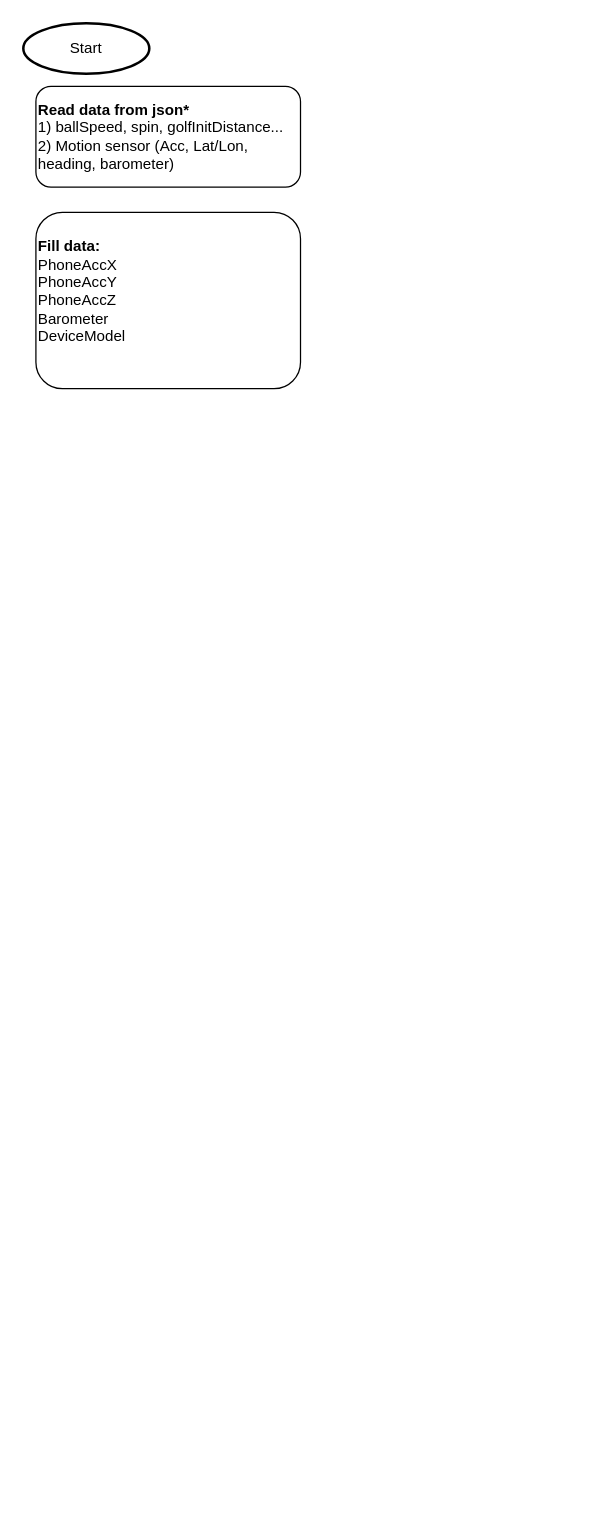
Before: GOLF.drawio in Mike335207/work, a draw.io diagram. Source tidied: cells renumbered, new cells numbered last; positions are measured from the earlier drawing's top-left corner, leaving out a move shared by most shapes. Both pictures are drawn from the tidied source at 126%, with x=0, y=0 at pixel (23, 23).
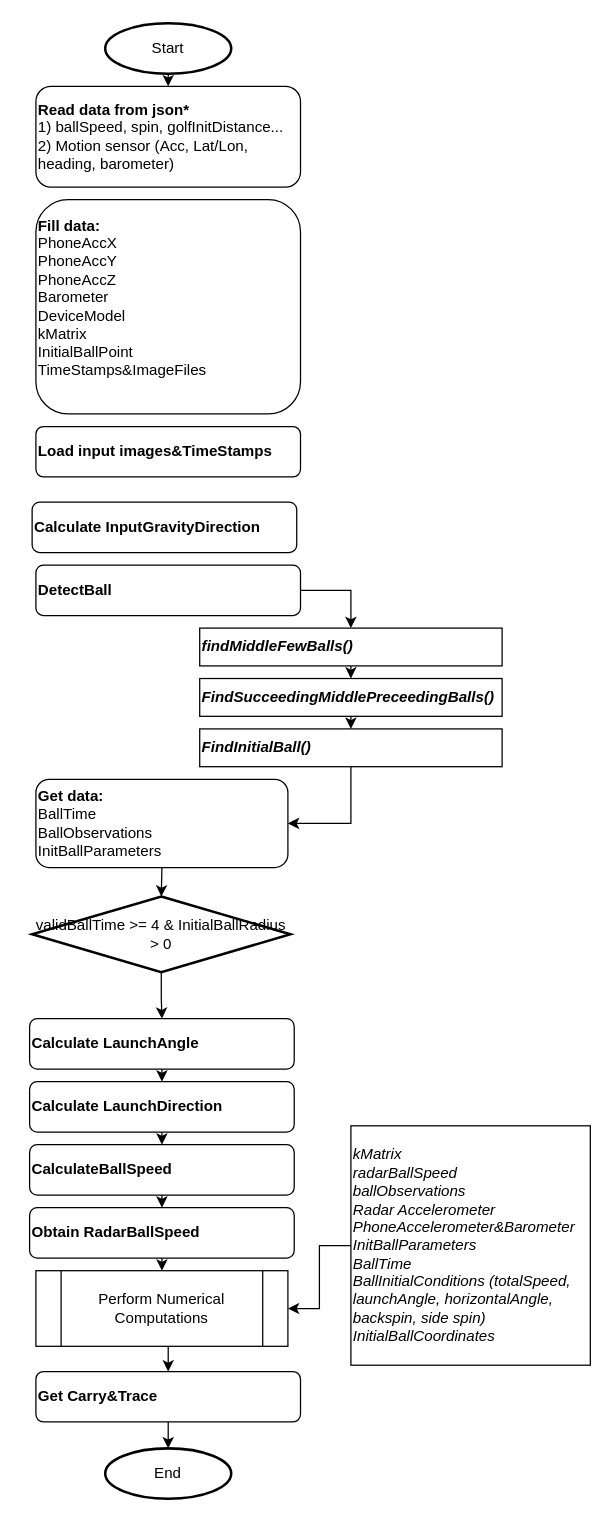
Above is the later version.

The change refers to these unchanged cells:
```xml
<mxCell id="3" value="&lt;div&gt;&lt;b&gt;Read data from json*&lt;/b&gt;&lt;/div&gt;&lt;div&gt;1) ballSpeed, spin, golfInitDistance...&lt;/div&gt;&lt;div&gt;2) Motion sensor (Acc, Lat/Lon, heading, barometer)&lt;br&gt;&lt;/div&gt;" style="rounded=1;whiteSpace=wrap;html=1;align=left;" parent="1" vertex="1">
  <mxGeometry x="10" y="50" width="210" height="80" as="geometry" />
</mxCell>
```

What changed in the source:
```diff
@@
+    <mxCell id="5" style="edgeStyle=orthogonalEdgeStyle;rounded=0;jettySize=auto;html=1;exitX=0.5;exitY=1;exitDx=0;exitDy=0;exitPerimeter=0;entryX=0.5;entryY=0;entryDx=0;entryDy=0;" parent="1" edge="1" source="2" target="3">
+      <mxGeometry relative="1" as="geometry" />
+    </mxCell>
     <mxCell id="2" value="Start" style="strokeWidth=2;html=1;shape=mxgraph.flowchart.start_1;whiteSpace=wrap;" parent="1" vertex="1">
-      <mxGeometry width="100" height="40" as="geometry" />
+      <mxGeometry x="65" width="100" height="40" as="geometry" />
     </mxCell>
@@
-    <mxCell id="4" value="&lt;div&gt;&lt;b&gt;Fill data:&lt;/b&gt;&lt;/div&gt;&lt;div&gt;PhoneAccX&lt;/div&gt;&lt;div&gt;PhoneAccY&lt;/div&gt;&lt;div&gt;PhoneAccZ&lt;/div&gt;&lt;div&gt;Barometer&lt;/div&gt;&lt;div&gt;DeviceModel&lt;/div&gt;&lt;div&gt;&lt;br&gt;&lt;/div&gt;" style="rounded=1;whiteSpace=wrap;html=1;align=left;" parent="1" vertex="1">
-      <mxGeometry x="10" y="150" width="210" height="140" as="geometry" />
+    <mxCell id="4" value="&lt;div&gt;&lt;b&gt;Fill data:&lt;/b&gt;&lt;/div&gt;&lt;div&gt;PhoneAccX&lt;/div&gt;&lt;div&gt;PhoneAccY&lt;/div&gt;&lt;div&gt;PhoneAccZ&lt;/div&gt;&lt;div&gt;Barometer&lt;/div&gt;&lt;div&gt;DeviceModel&lt;/div&gt;&lt;div&gt;kMatrix&lt;/div&gt;&lt;div&gt;InitialBallPoint&lt;/div&gt;&lt;div&gt;TimeStamps&amp;amp;ImageFiles&lt;br&gt;&lt;/div&gt;&lt;div&gt;&lt;br&gt;&lt;/div&gt;" style="rounded=1;whiteSpace=wrap;html=1;align=left;" parent="1" vertex="1">
+      <mxGeometry x="10" y="140" width="210" height="170" as="geometry" />
     </mxCell>
+    <mxCell id="6" value="Load input images&amp;amp;TimeStamps" style="rounded=1;whiteSpace=wrap;html=1;align=left;fontStyle=1;" parent="1" vertex="1">
+      <mxGeometry x="10" y="320" width="210" height="40" as="geometry" />
+    </mxCell>
+    <mxCell id="7" value="Calculate InputGravityDirection" style="rounded=1;whiteSpace=wrap;html=1;align=left;fontStyle=1;" parent="1" vertex="1">
+      <mxGeometry x="7" y="380" width="210" height="40" as="geometry" />
+    </mxCell>
+    <mxCell id="8" style="edgeStyle=orthogonalEdgeStyle;rounded=0;jettySize=auto;html=1;exitX=1;exitY=0.5;exitDx=0;exitDy=0;entryX=0.5;entryY=0;entryDx=0;entryDy=0;" parent="1" edge="1" source="9" target="11">
+      <mxGeometry relative="1" as="geometry" />
+    </mxCell>
+    <mxCell id="9" value="DetectBall" style="rounded=1;whiteSpace=wrap;html=1;align=left;fontStyle=1;" parent="1" vertex="1">
+      <mxGeometry x="10" y="430" width="210" height="40" as="geometry" />
+    </mxCell>
+    <mxCell id="10" style="edgeStyle=orthogonalEdgeStyle;rounded=0;jettySize=auto;html=1;exitX=0.5;exitY=1;exitDx=0;exitDy=0;entryX=0.5;entryY=0;entryDx=0;entryDy=0;" parent="1" edge="1" source="11" target="13">
+      <mxGeometry relative="1" as="geometry" />
+    </mxCell>
+    <mxCell id="11" value="&lt;div&gt;findMiddleFewBalls()&lt;/div&gt;" style="rounded=0;whiteSpace=wrap;html=1;align=left;fontStyle=3;" parent="1" vertex="1">
+      <mxGeometry x="140" y="480" width="240" height="30" as="geometry" />
+    </mxCell>
+    <mxCell id="12" style="edgeStyle=orthogonalEdgeStyle;rounded=0;jettySize=auto;html=1;exitX=0.5;exitY=1;exitDx=0;exitDy=0;entryX=0.5;entryY=0;entryDx=0;entryDy=0;" parent="1" edge="1" source="13" target="15">
+      <mxGeometry relative="1" as="geometry" />
+    </mxCell>
+    <mxCell id="13" value="FindSucceedingMiddlePreceedingBalls()" style="rounded=0;whiteSpace=wrap;html=1;align=left;fontStyle=3;" parent="1" vertex="1">
+      <mxGeometry x="140" y="520" width="240" height="30" as="geometry" />
+    </mxCell>
+    <mxCell id="14" style="edgeStyle=orthogonalEdgeStyle;rounded=0;jettySize=auto;html=1;exitX=0.5;exitY=1;exitDx=0;exitDy=0;entryX=1;entryY=0.5;entryDx=0;entryDy=0;" parent="1" edge="1" source="15" target="17">
+      <mxGeometry relative="1" as="geometry" />
+    </mxCell>
+    <mxCell id="15" value="FindInitialBall()" style="rounded=0;whiteSpace=wrap;html=1;align=left;fontStyle=3;" parent="1" vertex="1">
+      <mxGeometry x="140" y="560" width="240" height="30" as="geometry" />
+    </mxCell>
+    <mxCell id="16" style="edgeStyle=orthogonalEdgeStyle;rounded=0;jettySize=auto;html=1;exitX=0.5;exitY=1;exitDx=0;exitDy=0;entryX=0.5;entryY=0;entryDx=0;entryDy=0;entryPerimeter=0;" parent="1" edge="1" source="17" target="19">
+      <mxGeometry relative="1" as="geometry" />
+    </mxCell>
+    <mxCell id="17" value="&lt;div&gt;&lt;b&gt;Get data:&lt;/b&gt;&lt;/div&gt;&lt;div&gt;BallTime&lt;/div&gt;&lt;div&gt;BallObservations&lt;/div&gt;&lt;div&gt;InitBallParameters&lt;br&gt;&lt;/div&gt;" style="rounded=1;whiteSpace=wrap;html=1;align=left;" parent="1" vertex="1">
+      <mxGeometry x="10" y="600" width="200" height="70" as="geometry" />
+    </mxCell>
+    <mxCell id="18" style="edgeStyle=orthogonalEdgeStyle;rounded=0;jettySize=auto;html=1;exitX=0.5;exitY=1;exitDx=0;exitDy=0;exitPerimeter=0;" parent="1" edge="1" source="19" target="21">
+      <mxGeometry relative="1" as="geometry" />
+    </mxCell>
+    <mxCell id="19" value="validBallTime &amp;gt;= 4 &amp;amp; InitialBallRadius &amp;gt; 0" style="strokeWidth=2;html=1;shape=mxgraph.flowchart.decision;whiteSpace=wrap;align=center;" parent="1" vertex="1">
+      <mxGeometry x="7" y="693" width="205" height="60" as="geometry" />
+    </mxCell>
+    <mxCell id="20" style="edgeStyle=orthogonalEdgeStyle;rounded=0;jettySize=auto;html=1;exitX=0.5;exitY=1;exitDx=0;exitDy=0;entryX=0.5;entryY=0;entryDx=0;entryDy=0;" parent="1" edge="1" source="21" target="23">
+      <mxGeometry relative="1" as="geometry" />
+    </mxCell>
+    <mxCell id="21" value="Calculate LaunchAngle" style="rounded=1;whiteSpace=wrap;html=1;align=left;fontStyle=1;" parent="1" vertex="1">
+      <mxGeometry x="5" y="790" width="210" height="40" as="geometry" />
+    </mxCell>
+    <mxCell id="22" style="edgeStyle=orthogonalEdgeStyle;rounded=0;jettySize=auto;html=1;exitX=0.5;exitY=1;exitDx=0;exitDy=0;entryX=0.5;entryY=0;entryDx=0;entryDy=0;" parent="1" edge="1" source="23" target="25">
+      <mxGeometry relative="1" as="geometry" />
+    </mxCell>
+    <mxCell id="23" value="Calculate LaunchDirection" style="rounded=1;whiteSpace=wrap;html=1;align=left;fontStyle=1;" parent="1" vertex="1">
+      <mxGeometry x="5" y="840" width="210" height="40" as="geometry" />
+    </mxCell>
+    <mxCell id="24" style="edgeStyle=orthogonalEdgeStyle;rounded=0;jettySize=auto;html=1;exitX=0.5;exitY=1;exitDx=0;exitDy=0;entryX=0.5;entryY=0;entryDx=0;entryDy=0;" parent="1" edge="1" source="25" target="27">
+      <mxGeometry relative="1" as="geometry" />
+    </mxCell>
+    <mxCell id="25" value="CalculateBallSpeed" style="rounded=1;whiteSpace=wrap;html=1;align=left;fontStyle=1;" parent="1" vertex="1">
+      <mxGeometry x="5" y="890" width="210" height="40" as="geometry" />
+    </mxCell>
+    <mxCell id="26" style="edgeStyle=orthogonalEdgeStyle;rounded=0;jettySize=auto;html=1;exitX=0.5;exitY=1;exitDx=0;exitDy=0;entryX=0.5;entryY=0;entryDx=0;entryDy=0;" parent="1" edge="1" source="27" target="29">
+      <mxGeometry relative="1" as="geometry" />
+    </mxCell>
+    <mxCell id="27" value="Obtain RadarBallSpeed" style="rounded=1;whiteSpace=wrap;html=1;align=left;fontStyle=1;" parent="1" vertex="1">
+      <mxGeometry x="5" y="940" width="210" height="40" as="geometry" />
+    </mxCell>
+    <mxCell id="28" style="edgeStyle=orthogonalEdgeStyle;rounded=0;jettySize=auto;html=1;exitX=0.5;exitY=1;exitDx=0;exitDy=0;entryX=0.5;entryY=0;entryDx=0;entryDy=0;" parent="1" edge="1" source="29" target="31">
+      <mxGeometry relative="1" as="geometry" />
+    </mxCell>
+    <mxCell id="29" value="Perform Numerical Computations" style="shape=process;whiteSpace=wrap;html=1;backgroundOutline=1;align=center;" parent="1" vertex="1">
+      <mxGeometry x="10" y="990" width="200" height="60" as="geometry" />
+    </mxCell>
+    <mxCell id="30" style="edgeStyle=orthogonalEdgeStyle;rounded=0;jettySize=auto;html=1;exitX=0.5;exitY=1;exitDx=0;exitDy=0;entryX=0.5;entryY=0;entryDx=0;entryDy=0;entryPerimeter=0;" parent="1" edge="1" source="31" target="34">
+      <mxGeometry relative="1" as="geometry" />
+    </mxCell>
+    <mxCell id="31" value="Get Carry&amp;amp;Trace" style="rounded=1;whiteSpace=wrap;html=1;align=left;fontStyle=1;" parent="1" vertex="1">
+      <mxGeometry x="10" y="1070" width="210" height="40" as="geometry" />
+    </mxCell>
+    <mxCell id="32" style="edgeStyle=orthogonalEdgeStyle;rounded=0;jettySize=auto;html=1;exitX=0;exitY=0.5;exitDx=0;exitDy=0;entryX=1;entryY=0.5;entryDx=0;entryDy=0;" parent="1" edge="1" source="33" target="29">
+      <mxGeometry relative="1" as="geometry" />
+    </mxCell>
+    <mxCell id="33" value="&lt;div align=&quot;left&quot;&gt;kMatrix&lt;/div&gt;&lt;div align=&quot;left&quot;&gt;radarBallSpeed&lt;/div&gt;&lt;div align=&quot;left&quot;&gt;ballObservations&lt;/div&gt;&lt;div align=&quot;left&quot;&gt;Radar Accelerometer&lt;/div&gt;&lt;div align=&quot;left&quot;&gt;PhoneAccelerometer&amp;amp;Barometer&lt;/div&gt;&lt;div align=&quot;left&quot;&gt;InitBallParameters&lt;/div&gt;&lt;div align=&quot;left&quot;&gt;BallTime&lt;/div&gt;&lt;div align=&quot;left&quot;&gt;BallInitialConditions (totalSpeed, launchAngle, horizontalAngle, backspin, side spin)&lt;br&gt;&lt;/div&gt;&lt;div align=&quot;left&quot;&gt;InitialBallCoordinates&lt;br&gt;&lt;/div&gt;" style="whiteSpace=wrap;html=1;align=left;fontStyle=2;" parent="1" vertex="1">
+      <mxGeometry x="260" y="875" width="190" height="190" as="geometry" />
+    </mxCell>
+    <mxCell id="34" value="End" style="strokeWidth=2;html=1;shape=mxgraph.flowchart.start_1;whiteSpace=wrap;" parent="1" vertex="1">
+      <mxGeometry x="65" y="1131" width="100" height="40" as="geometry" />
+    </mxCell>
```
